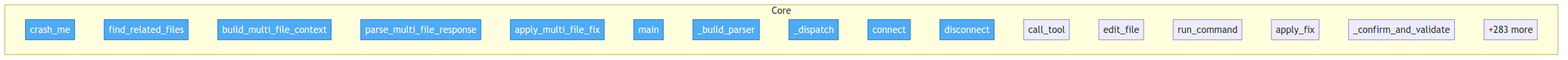
Before: project/flow.png, a diagram exported from Mermaid (semcod/pfix). Its source is kept beside it as project/flow.mmd.
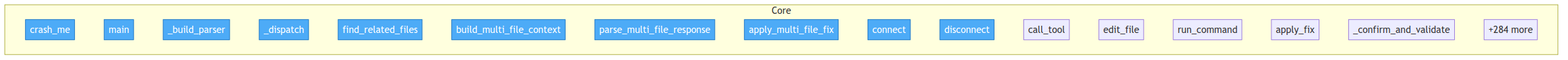
After the commit.

Diff of the diagram source:
```diff
@@ -4,13 +4,13 @@
 
     subgraph Core
         verify_runtime__crash_me["crash_me"]
+        src__pfix__cli__main["main"]
+        src__pfix__cli___build_parser["_build_parser"]
+        src__pfix__cli___dispatch["_dispatch"]
         src__pfix__multi_fix__find_related_files["find_related_files"]
         src__pfix__multi_fix__build_multi_file_context["build_multi_file_context"]
         src__pfix__multi_fix__parse_multi_file_response["parse_multi_file_response"]
         src__pfix__multi_fix__apply_multi_file_fix["apply_multi_file_fix"]
-        src__pfix__cli__main["main"]
-        src__pfix__cli___build_parser["_build_parser"]
-        src__pfix__cli___dispatch["_dispatch"]
         src__pfix__mcp_client__MCPClient__connect["connect"]
         src__pfix__mcp_client__MCPClient__disconnect["disconnect"]
         src__pfix__mcp_client__MCPClient__call_tool["call_tool"]
@@ -18,7 +18,7 @@
         src__pfix__mcp_client__MCPClient__run_command["run_command"]
         src__pfix__fixer__apply_fix["apply_fix"]
         src__pfix__fixer___confirm_and_validate["_confirm_and_validate"]
-        ...["+283 more"]
+        ...["+284 more"]
     end
 
-    class verify_runtime__crash_me,src__pfix__multi_fix__find_related_files,src__pfix__multi_fix__build_multi_file_context,src__pfix__multi_fix__parse_multi_file_response,src__pfix__multi_fix__apply_multi_file_fix,src__pfix__cli__main,src__pfix__cli___build_parser,src__pfix__cli___dispatch,src__pfix__mcp_client__MCPClient__connect,src__pfix__mcp_client__MCPClient__disconnect entry
+    class verify_runtime__crash_me,src__pfix__cli__main,src__pfix__cli___build_parser,src__pfix__cli___dispatch,src__pfix__multi_fix__find_related_files,src__pfix__multi_fix__build_multi_file_context,src__pfix__multi_fix__parse_multi_file_response,src__pfix__multi_fix__apply_multi_file_fix,src__pfix__mcp_client__MCPClient__connect,src__pfix__mcp_client__MCPClient__disconnect entry
```
